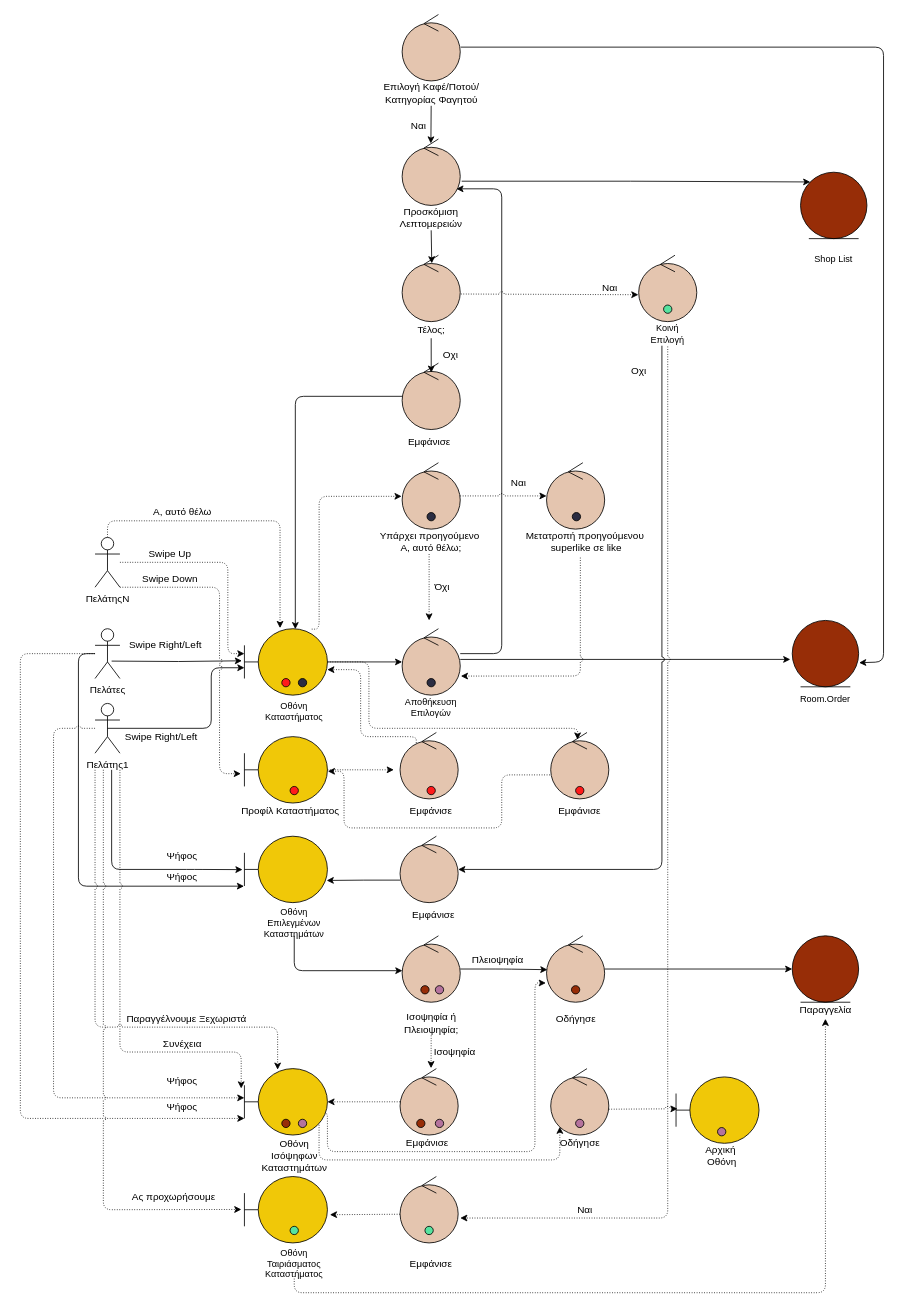
The draw.io diagram docs/contributions/AthanasiaZ/Writing-Charts/Phase5/User Team Choice Shop/teamchoiceshoprobustness.drawio in iloudaros/nomnomr, before the edit. Source tidied: cells renumbered, new cells numbered last; positions are measured from the earlier drawing's top-left corner, leaving out a move shared by most shapes. Both pictures are drawn from the tidied source at 83%, with x=0, y=0 at pixel (20, 14).
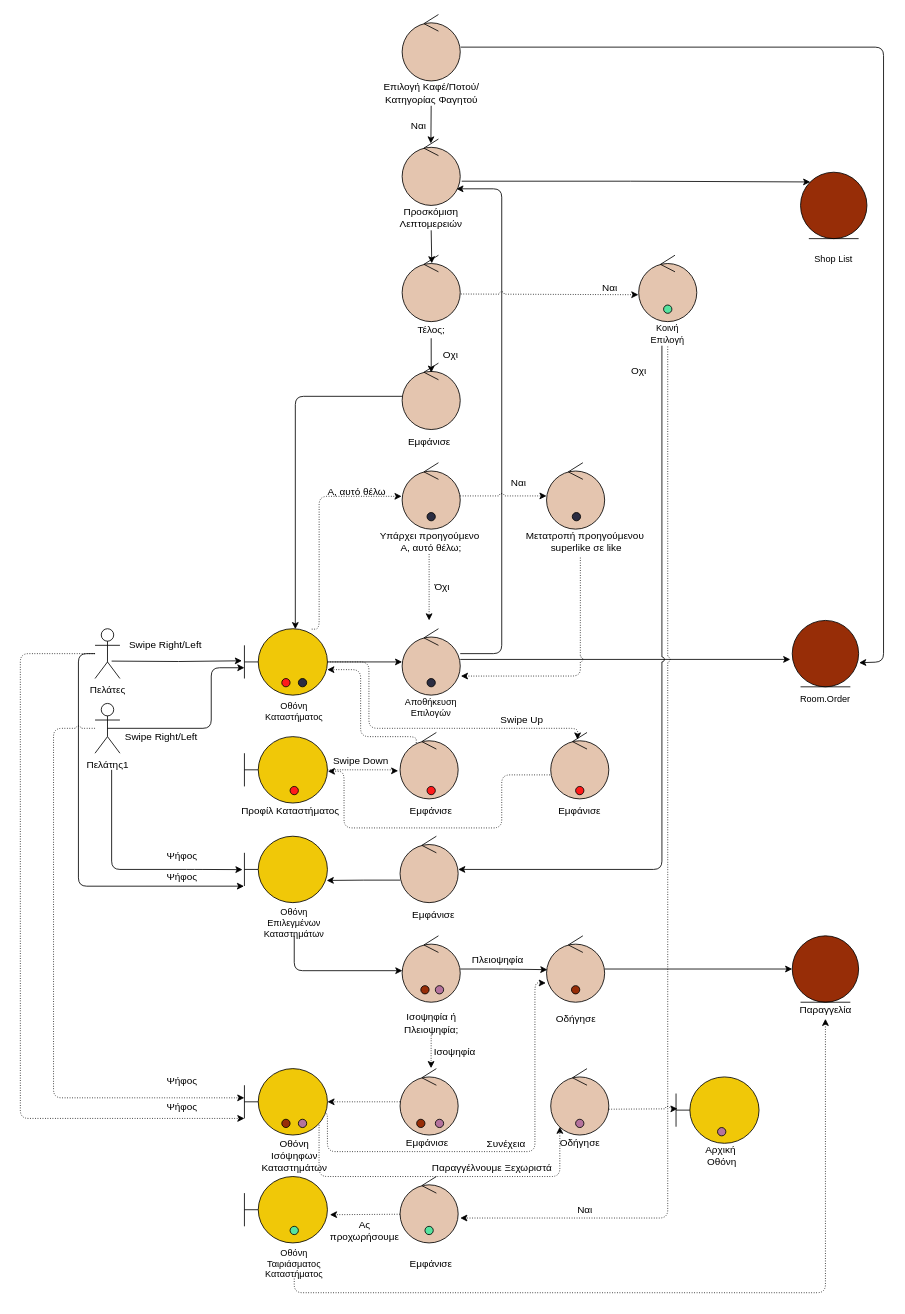
The same page after the edit.

Commit message (it also covers changes not shown here):
Updated Robustness Diagrams

-Τα βήματα του Πελάτη αναγράφονται στα βέλη που κατευθύνονται στην αντίστοιχη ροή και δεν ξεκινούν από τον Πελάτη, με σκοπό να είναι εμφανής η χρονολογική σειρά των ενεργειών του Πελάτη.

Unchanged cells that the change refers to:
```xml
<mxCell id="4" style="shape=umlBoundary;whiteSpace=wrap;html=1;fillColor=#F0C808;" parent="1" vertex="1">
  <mxGeometry x="270" y="740" width="100" height="80" as="geometry" />
</mxCell>
<mxCell id="55" style="shape=umlBoundary;whiteSpace=wrap;html=1;fillColor=#F0C808;" parent="1" vertex="1">
  <mxGeometry x="270" y="1400" width="100" height="80" as="geometry" />
</mxCell>
<mxCell id="89" style="shape=umlBoundary;whiteSpace=wrap;html=1;fillColor=#F0C808;" parent="1" vertex="1">
  <mxGeometry x="270" y="870" width="100" height="80" as="geometry" />
</mxCell>
<mxCell id="93" style="ellipse;shape=umlControl;whiteSpace=wrap;html=1;fontSize=12;fillColor=#E4C5AF;" parent="1" vertex="1">
  <mxGeometry x="457.5" y="865" width="70" height="80" as="geometry" />
</mxCell>
<mxCell id="110" style="shape=umlBoundary;whiteSpace=wrap;html=1;fillColor=#F0C808;" parent="1" vertex="1">
  <mxGeometry x="270" y="1270" width="100" height="80" as="geometry" />
</mxCell>
```

The edit, as a diff of the source:
```diff
@@
-    <mxCell id="34" style="edgeStyle=orthogonalEdgeStyle;rounded=1;jumpStyle=arc;jettySize=auto;html=1;entryX=-0.039;entryY=0.299;entryDx=0;entryDy=0;entryPerimeter=0;dashed=1;dashPattern=1 2;fontSize=12;" parent="1" edge="1" target="110">
-      <mxGeometry relative="1" as="geometry">
-        <mxPoint x="120" y="910" as="sourcePoint" />
-        <Array as="points">
-          <mxPoint x="120" y="1250" />
-          <mxPoint x="266" y="1250" />
-        </Array>
-      </mxGeometry>
-    </mxCell>
-    <mxCell id="35" style="edgeStyle=orthogonalEdgeStyle;rounded=1;jettySize=auto;html=1;dashed=1;dashPattern=1 2;entryX=0.4;entryY=0.016;entryDx=0;entryDy=0;entryPerimeter=0;jumpStyle=arc;" parent="1" edge="1" target="110">
-      <mxGeometry relative="1" as="geometry">
-        <mxPoint x="90" y="910" as="sourcePoint" />
-        <Array as="points">
-          <mxPoint x="90" y="1220" />
-          <mxPoint x="310" y="1220" />
-        </Array>
-      </mxGeometry>
-    </mxCell>
@@
-    <mxCell id="59" style="endArrow=classic;html=1;rounded=1;entryX=-0.037;entryY=0.496;entryDx=0;entryDy=0;entryPerimeter=0;dashed=1;dashPattern=1 2;jumpStyle=arc;" parent="1" edge="1" target="55">
-      <mxGeometry relative="1" as="geometry">
-        <mxPoint x="100" y="910" as="sourcePoint" />
-        <Array as="points">
-          <mxPoint x="100" y="1440" />
-        </Array>
-      </mxGeometry>
-    </mxCell>
@@
-    <mxCell id="63" value="Ας προχωρήσουμε" style="text;html=1;strokeColor=none;fillColor=none;align=center;verticalAlign=middle;whiteSpace=wrap;rounded=0;fontSize=12;" parent="1" vertex="1">
-      <mxGeometry x="130" y="1410" width="110" height="30" as="geometry" />
+    <mxCell id="63" value="Ας &lt;br&gt;προχωρήσουμε" style="text;html=1;strokeColor=none;fillColor=none;align=center;verticalAlign=middle;whiteSpace=wrap;rounded=0;fontSize=12;" parent="1" vertex="1">
+      <mxGeometry x="360" y="1450" width="110" height="30" as="geometry" />
     </mxCell>
@@
-    <mxCell id="80" style="edgeStyle=orthogonalEdgeStyle;rounded=1;jettySize=auto;html=1;fontSize=12;entryX=0;entryY=0.375;entryDx=0;entryDy=0;entryPerimeter=0;dashed=1;dashPattern=1 2;" parent="1" edge="1" source="83" target="4">
-      <mxGeometry relative="1" as="geometry">
-        <Array as="points">
-          <mxPoint x="250" y="660" />
-          <mxPoint x="250" y="770" />
-        </Array>
-      </mxGeometry>
-    </mxCell>
-    <mxCell id="81" style="edgeStyle=orthogonalEdgeStyle;rounded=1;jettySize=auto;html=1;dashed=1;dashPattern=1 2;fontSize=12;jumpStyle=arc;entryX=-0.043;entryY=0.558;entryDx=0;entryDy=0;entryPerimeter=0;" parent="1" edge="1" source="83" target="89">
-      <mxGeometry relative="1" as="geometry">
-        <Array as="points">
-          <mxPoint x="240" y="690" />
-          <mxPoint x="240" y="915" />
-        </Array>
-      </mxGeometry>
-    </mxCell>
-    <mxCell id="82" style="edgeStyle=orthogonalEdgeStyle;rounded=1;jumpStyle=arc;jettySize=auto;html=1;exitX=0.5;exitY=0;exitDx=0;exitDy=0;exitPerimeter=0;entryX=0.429;entryY=-0.01;entryDx=0;entryDy=0;entryPerimeter=0;dashed=1;dashPattern=1 2;fontSize=12;" parent="1" edge="1" source="83" target="4">
-      <mxGeometry relative="1" as="geometry" />
-    </mxCell>
-    <mxCell id="83" value="ΠελάτηςΝ" style="shape=umlActor;verticalLabelPosition=bottom;verticalAlign=top;html=1;" parent="1" vertex="1">
-      <mxGeometry x="90" y="630" width="30" height="60" as="geometry" />
-    </mxCell>
     <mxCell id="84" value="Swipe Up" style="text;html=1;align=center;verticalAlign=middle;strokeColor=none;fillColor=none;fontSize=12;" parent="1" vertex="1">
-      <mxGeometry x="145" y="640" width="70" height="20" as="geometry" />
+      <mxGeometry x="569" y="840" width="70" height="20" as="geometry" />
     </mxCell>
@@
-    <mxCell id="88" style="edgeStyle=orthogonalEdgeStyle;rounded=1;jumpStyle=arc;jettySize=auto;html=1;dashed=1;dashPattern=1 2;fontSize=12;" parent="1" edge="1" source="89">
+    <mxCell id="88" style="edgeStyle=orthogonalEdgeStyle;rounded=1;jumpStyle=arc;jettySize=auto;html=1;dashed=1;dashPattern=1 2;fontSize=12;entryX=-0.032;entryY=0.578;entryDx=0;entryDy=0;entryPerimeter=0;" parent="1" edge="1" source="89" target="93">
       <mxGeometry relative="1" as="geometry">
-        <mxPoint x="450" y="910" as="targetPoint" />
+        <Array as="points">
+          <mxPoint x="450" y="910" />
+          <mxPoint x="450" y="911" />
+        </Array>
       </mxGeometry>
     </mxCell>
@@
     <mxCell id="91" value="Swipe Down" style="text;html=1;align=center;verticalAlign=middle;strokeColor=none;fillColor=none;fontSize=12;" parent="1" vertex="1">
-      <mxGeometry x="140" y="670" width="80" height="20" as="geometry" />
+      <mxGeometry x="370" y="890" width="80" height="20" as="geometry" />
     </mxCell>
@@
     <mxCell id="95" value="A, αυτό θέλω" style="text;html=1;align=center;verticalAlign=middle;strokeColor=none;fillColor=none;fontSize=12;" parent="1" vertex="1">
-      <mxGeometry x="150" y="590" width="90" height="20" as="geometry" />
+      <mxGeometry x="360" y="565" width="90" height="20" as="geometry" />
     </mxCell>
@@
     <mxCell id="109" style="edgeStyle=orthogonalEdgeStyle;rounded=1;jumpStyle=arc;jettySize=auto;html=1;dashed=1;dashPattern=1 2;fontSize=12;exitX=0.899;exitY=0.846;exitDx=0;exitDy=0;exitPerimeter=0;" parent="1" edge="1" source="110">
       <mxGeometry relative="1" as="geometry">
         <mxPoint x="650" y="1340" as="targetPoint" />
         <Array as="points">
-          <mxPoint x="360" y="1380" />
-          <mxPoint x="650" y="1380" />
+          <mxPoint x="360" y="1400" />
+          <mxPoint x="650" y="1400" />
         </Array>
       </mxGeometry>
     </mxCell>
@@
     <mxCell id="115" value="Συνέχεια" style="text;html=1;align=center;verticalAlign=middle;strokeColor=none;fillColor=none;fontSize=12;" parent="1" vertex="1">
-      <mxGeometry x="165" y="1230" width="60" height="20" as="geometry" />
+      <mxGeometry x="555" y="1351" width="60" height="20" as="geometry" />
     </mxCell>
@@
     <mxCell id="139" value="Παραγγέλνουμε Ξεχωριστά" style="text;html=1;align=center;verticalAlign=middle;strokeColor=none;fillColor=none;" parent="1" vertex="1">
-      <mxGeometry x="120" y="1200" width="160" height="20" as="geometry" />
+      <mxGeometry x="487.5" y="1380" width="160" height="20" as="geometry" />
     </mxCell>
```
